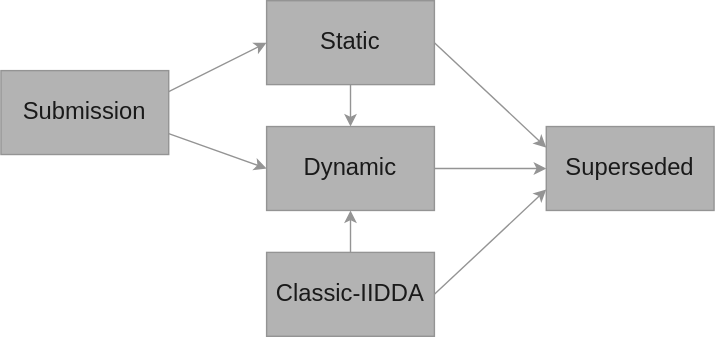
Before: lifecycle.svg, a diagram exported from draw.io (canmod/iidda). Source tidied: cells renumbered, new cells last; positions are measured from the earlier drawing's top-left corner, leaving out a move shared by most shapes.
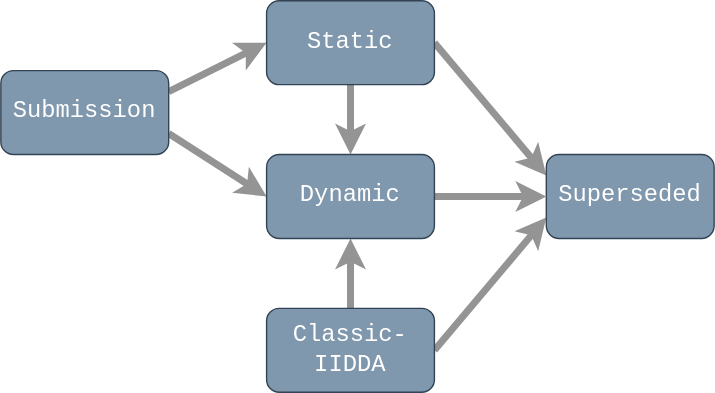
Above is the later version.

Commit message:
lifecycle diagram format

Diff of the diagram source:
```diff
@@ -2,41 +2,41 @@
   <root>
     <mxCell id="0" />
     <mxCell id="1" parent="0" />
-    <mxCell id="2" style="edgeStyle=none;rounded=0;jettySize=auto;html=1;exitX=1;exitY=0.75;exitDx=0;exitDy=0;entryX=0;entryY=0.5;entryDx=0;entryDy=0;strokeColor=#949494;" parent="1" edge="1" source="4" target="13">
+    <mxCell id="2" style="edgeStyle=none;rounded=0;jettySize=50;html=1;exitX=1;exitY=0.75;exitDx=0;exitDy=0;entryX=0;entryY=0.5;entryDx=0;entryDy=0;strokeColor=#949494;strokeWidth=5;" parent="1" edge="1" source="4" target="13">
       <mxGeometry relative="1" as="geometry" />
     </mxCell>
-    <mxCell id="3" style="edgeStyle=none;rounded=0;jettySize=auto;html=1;exitX=1;exitY=0.25;exitDx=0;exitDy=0;entryX=0;entryY=0.5;entryDx=0;entryDy=0;strokeColor=#949494;" parent="1" edge="1" source="4" target="10">
+    <mxCell id="3" style="edgeStyle=none;rounded=0;jettySize=50;html=1;exitX=1;exitY=0.25;exitDx=0;exitDy=0;entryX=0;entryY=0.5;entryDx=0;entryDy=0;strokeColor=#949494;strokeWidth=5;" parent="1" edge="1" source="4" target="10">
       <mxGeometry relative="1" as="geometry" />
     </mxCell>
-    <mxCell id="4" value="Submission" style="rounded=0;whiteSpace=wrap;html=1;fontColor=#1A1A1A;fontSize=17;strokeColor=#949494;fillColor=#B3B3B3;" parent="1" vertex="1">
-      <mxGeometry y="50" width="120" height="60" as="geometry" />
+    <mxCell id="4" value="Submission" style="rounded=1;whiteSpace=wrap;html=1;fontColor=#ffffff;fontSize=17;strokeColor=#314354;fillColor=#8098AD;fontFamily=Courier New;" parent="1" vertex="1">
+      <mxGeometry y="20" width="120" height="60" as="geometry" />
     </mxCell>
-    <mxCell id="5" style="edgeStyle=none;rounded=0;jettySize=auto;html=1;exitX=0.5;exitY=0;exitDx=0;exitDy=0;entryX=0.5;entryY=1;entryDx=0;entryDy=0;strokeColor=#949494;" parent="1" edge="1" source="7" target="13">
+    <mxCell id="5" style="edgeStyle=none;rounded=0;jettySize=50;html=1;exitX=0.5;exitY=0;exitDx=0;exitDy=0;entryX=0.5;entryY=1;entryDx=0;entryDy=0;strokeColor=#949494;strokeWidth=5;" parent="1" edge="1" source="7" target="13">
       <mxGeometry relative="1" as="geometry" />
     </mxCell>
-    <mxCell id="6" style="edgeStyle=none;rounded=0;jettySize=auto;html=1;exitX=1;exitY=0.5;exitDx=0;exitDy=0;entryX=0;entryY=0.75;entryDx=0;entryDy=0;strokeColor=#949494;" parent="1" edge="1" source="7" target="11">
+    <mxCell id="6" style="edgeStyle=none;rounded=0;jettySize=50;html=1;exitX=1;exitY=0.5;exitDx=0;exitDy=0;entryX=0;entryY=0.75;entryDx=0;entryDy=0;strokeColor=#949494;strokeWidth=5;" parent="1" edge="1" source="7" target="11">
       <mxGeometry relative="1" as="geometry" />
     </mxCell>
-    <mxCell id="7" value="Classic-IIDDA" style="rounded=0;whiteSpace=wrap;html=1;fontColor=#1A1A1A;fontSize=17;strokeColor=#949494;fillColor=#B3B3B3;" parent="1" vertex="1">
-      <mxGeometry x="190" y="180" width="120" height="60" as="geometry" />
+    <mxCell id="7" value="Classic-IIDDA" style="rounded=1;whiteSpace=wrap;html=1;fontColor=#ffffff;fontSize=17;strokeColor=#314354;fillColor=#8098AD;fontFamily=Courier New;" parent="1" vertex="1">
+      <mxGeometry x="190" y="190" width="120" height="60" as="geometry" />
     </mxCell>
-    <mxCell id="8" style="edgeStyle=none;rounded=0;jettySize=auto;html=1;exitX=1;exitY=0.5;exitDx=0;exitDy=0;entryX=0;entryY=0.25;entryDx=0;entryDy=0;strokeColor=#949494;" parent="1" edge="1" source="10" target="11">
+    <mxCell id="8" style="edgeStyle=none;rounded=0;jettySize=50;html=1;exitX=1;exitY=0.5;exitDx=0;exitDy=0;entryX=0;entryY=0.25;entryDx=0;entryDy=0;strokeColor=#949494;strokeWidth=5;" parent="1" edge="1" source="10" target="11">
       <mxGeometry relative="1" as="geometry" />
     </mxCell>
-    <mxCell id="9" style="edgeStyle=none;rounded=0;jettySize=auto;html=1;exitX=0.5;exitY=1;exitDx=0;exitDy=0;entryX=0.5;entryY=0;entryDx=0;entryDy=0;strokeColor=#949494;" parent="1" edge="1" source="10" target="13">
+    <mxCell id="9" style="edgeStyle=none;rounded=0;jettySize=50;html=1;exitX=0.5;exitY=1;exitDx=0;exitDy=0;entryX=0.5;entryY=0;entryDx=0;entryDy=0;strokeColor=#949494;strokeWidth=5;" parent="1" edge="1" source="10" target="13">
       <mxGeometry relative="1" as="geometry" />
     </mxCell>
-    <mxCell id="10" value="Static" style="rounded=0;whiteSpace=wrap;html=1;fontColor=#1A1A1A;fontSize=17;strokeColor=#949494;fillColor=#B3B3B3;" parent="1" vertex="1">
-      <mxGeometry x="190" width="120" height="60" as="geometry" />
+    <mxCell id="10" value="Static" style="rounded=1;whiteSpace=wrap;html=1;fontColor=#ffffff;fontSize=17;strokeColor=#314354;fillColor=#8098AD;fontFamily=Courier New;" parent="1" vertex="1">
+      <mxGeometry x="190" y="-30" width="120" height="60" as="geometry" />
     </mxCell>
-    <mxCell id="11" value="Superseded" style="rounded=0;whiteSpace=wrap;html=1;fontColor=#1A1A1A;fontSize=17;strokeColor=#949494;fillColor=#B3B3B3;" parent="1" vertex="1">
-      <mxGeometry x="390" y="90" width="120" height="60" as="geometry" />
+    <mxCell id="11" value="Superseded" style="rounded=1;whiteSpace=wrap;html=1;fontColor=#ffffff;fontSize=17;strokeColor=#314354;fillColor=#8098AD;fontFamily=Courier New;" parent="1" vertex="1">
+      <mxGeometry x="390" y="80" width="120" height="60" as="geometry" />
     </mxCell>
-    <mxCell id="12" style="edgeStyle=none;rounded=0;jettySize=auto;html=1;exitX=1;exitY=0.5;exitDx=0;exitDy=0;entryX=0;entryY=0.5;entryDx=0;entryDy=0;strokeColor=#949494;" parent="1" edge="1" source="13" target="11">
+    <mxCell id="12" style="edgeStyle=none;rounded=0;jettySize=50;html=1;exitX=1;exitY=0.5;exitDx=0;exitDy=0;entryX=0;entryY=0.5;entryDx=0;entryDy=0;strokeColor=#949494;strokeWidth=5;" parent="1" edge="1" source="13" target="11">
       <mxGeometry relative="1" as="geometry" />
     </mxCell>
-    <mxCell id="13" value="Dynamic" style="rounded=0;whiteSpace=wrap;html=1;fontColor=#1A1A1A;fontSize=17;strokeColor=#949494;fillColor=#B3B3B3;" parent="1" vertex="1">
-      <mxGeometry x="190" y="90" width="120" height="60" as="geometry" />
+    <mxCell id="13" value="Dynamic" style="rounded=1;whiteSpace=wrap;html=1;fontColor=#ffffff;fontSize=17;strokeColor=#314354;fillColor=#8098AD;fontFamily=Courier New;" parent="1" vertex="1">
+      <mxGeometry x="190" y="80" width="120" height="60" as="geometry" />
     </mxCell>
   </root>
 </mxGraphModel>
```
